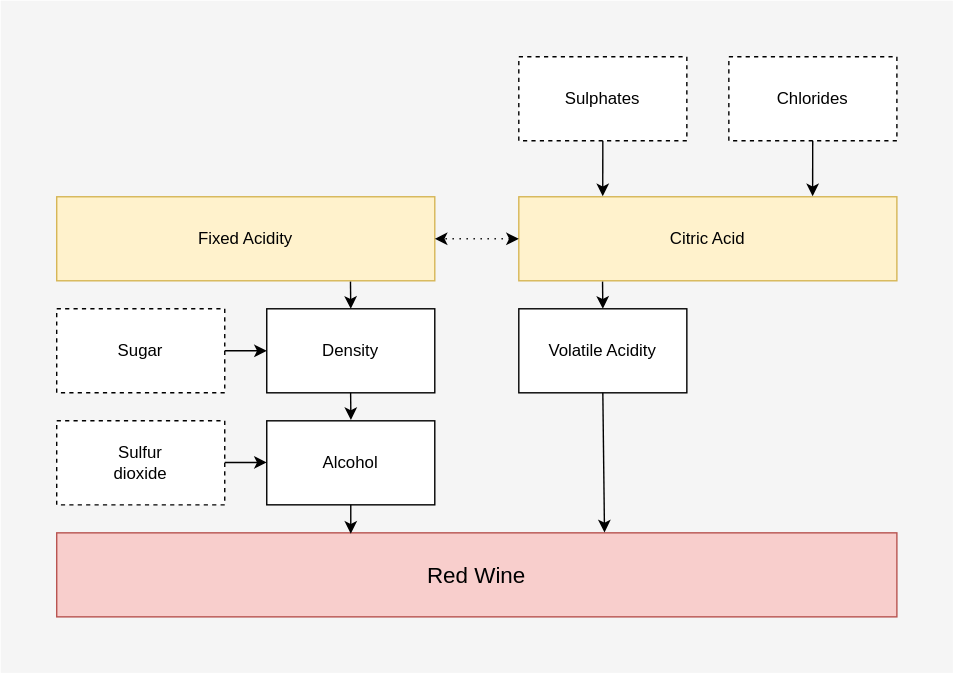
Above: wine.svg in Joffreybvn/wine-quality-analysis (draw.io), before the change. Source tidied: cells renumbered, new cells last; positions are measured from the earlier drawing's top-left corner, leaving out a move shared by most shapes. Its diagram source:
```xml
<mxGraphModel>
  <root>
    <mxCell id="0" />
    <mxCell id="1" parent="0" />
    <mxCell id="2" style="rounded=0;whiteSpace=wrap;html=1;fillColor=#f5f5f5;fontColor=#333333;strokeColor=none;" parent="1" vertex="1">
      <mxGeometry width="680" height="480" as="geometry" />
    </mxCell>
    <mxCell id="3" style="rounded=0;whiteSpace=wrap;html=1;fillColor=#f8cecc;strokeColor=#b85450;" parent="1" vertex="1">
      <mxGeometry x="40" y="380" width="600" height="60" as="geometry" />
    </mxCell>
    <mxCell id="4" value="&lt;font style=&quot;font-size: 16px&quot;&gt;Red Wine&lt;/font&gt;" style="text;html=1;strokeColor=none;fillColor=none;align=center;verticalAlign=middle;whiteSpace=wrap;rounded=0;" parent="1" vertex="1">
      <mxGeometry x="40" y="400" width="600" height="20" as="geometry" />
    </mxCell>
    <mxCell id="5" style="rounded=0;whiteSpace=wrap;html=1;dashed=1;" parent="1" vertex="1">
      <mxGeometry x="520" y="40" width="120" height="60" as="geometry" />
    </mxCell>
    <mxCell id="6" value="Chlorides" style="text;html=1;strokeColor=none;fillColor=none;align=center;verticalAlign=middle;whiteSpace=wrap;rounded=0;" parent="1" vertex="1">
      <mxGeometry x="560" y="60" width="40" height="20" as="geometry" />
    </mxCell>
    <mxCell id="7" style="rounded=0;whiteSpace=wrap;html=1;dashed=1;" parent="1" vertex="1">
      <mxGeometry x="370" y="40" width="120" height="60" as="geometry" />
    </mxCell>
    <mxCell id="8" value="Sulphates" style="text;html=1;strokeColor=none;fillColor=none;align=center;verticalAlign=middle;whiteSpace=wrap;rounded=0;" parent="1" vertex="1">
      <mxGeometry x="410" y="60" width="40" height="20" as="geometry" />
    </mxCell>
    <mxCell id="9" style="rounded=0;whiteSpace=wrap;html=1;dashed=1;" parent="1" vertex="1">
      <mxGeometry x="40" y="300" width="120" height="60" as="geometry" />
    </mxCell>
    <mxCell id="10" value="Sulfur dioxide" style="text;html=1;strokeColor=none;fillColor=none;align=center;verticalAlign=middle;whiteSpace=wrap;rounded=0;" parent="1" vertex="1">
      <mxGeometry x="80" y="320" width="40" height="20" as="geometry" />
    </mxCell>
    <mxCell id="11" style="rounded=0;whiteSpace=wrap;html=1;dashed=1;" parent="1" vertex="1">
      <mxGeometry x="40" y="220" width="120" height="60" as="geometry" />
    </mxCell>
    <mxCell id="12" value="Sugar" style="text;html=1;strokeColor=none;fillColor=none;align=center;verticalAlign=middle;whiteSpace=wrap;rounded=0;" parent="1" vertex="1">
      <mxGeometry x="80" y="240" width="40" height="20" as="geometry" />
    </mxCell>
    <mxCell id="13" style="rounded=0;whiteSpace=wrap;html=1;fillColor=#fff2cc;strokeColor=#d6b656;" parent="1" vertex="1">
      <mxGeometry x="370" y="140" width="270" height="60" as="geometry" />
    </mxCell>
    <mxCell id="14" style="rounded=0;whiteSpace=wrap;html=1;fillColor=#fff2cc;strokeColor=#d6b656;" parent="1" vertex="1">
      <mxGeometry x="40" y="140" width="270" height="60" as="geometry" />
    </mxCell>
    <mxCell id="15" style="endArrow=classic;html=1;exitX=0.5;exitY=1;exitDx=0;exitDy=0;entryX=0.222;entryY=-0.007;entryDx=0;entryDy=0;entryPerimeter=0;" parent="1" edge="1" source="7" target="13">
      <mxGeometry relative="1" as="geometry" />
    </mxCell>
    <mxCell id="16" style="endArrow=classic;html=1;exitX=0.5;exitY=1;exitDx=0;exitDy=0;entryX=0.222;entryY=-0.007;entryDx=0;entryDy=0;entryPerimeter=0;" parent="1" edge="1">
      <mxGeometry relative="1" as="geometry">
        <mxPoint x="579.9" y="100" as="sourcePoint" />
        <mxPoint x="579.8" y="139.6" as="targetPoint" />
      </mxGeometry>
    </mxCell>
    <mxCell id="17" value="Citric Acid" style="text;html=1;strokeColor=none;fillColor=none;align=center;verticalAlign=middle;whiteSpace=wrap;rounded=0;" parent="1" vertex="1">
      <mxGeometry x="370" y="160" width="270" height="20" as="geometry" />
    </mxCell>
    <mxCell id="18" value="Fixed Acidity" style="text;html=1;strokeColor=none;fillColor=none;align=center;verticalAlign=middle;whiteSpace=wrap;rounded=0;" parent="1" vertex="1">
      <mxGeometry x="40" y="160" width="270" height="20" as="geometry" />
    </mxCell>
    <mxCell id="19" style="rounded=0;whiteSpace=wrap;html=1;" parent="1" vertex="1">
      <mxGeometry x="190" y="220" width="120" height="60" as="geometry" />
    </mxCell>
    <mxCell id="20" style="rounded=0;whiteSpace=wrap;html=1;" parent="1" vertex="1">
      <mxGeometry x="190" y="300" width="120" height="60" as="geometry" />
    </mxCell>
    <mxCell id="21" style="rounded=0;whiteSpace=wrap;html=1;" parent="1" vertex="1">
      <mxGeometry x="370" y="220" width="120" height="60" as="geometry" />
    </mxCell>
    <mxCell id="22" style="endArrow=classic;html=1;exitX=0.777;exitY=1.01;exitDx=0;exitDy=0;entryX=0.5;entryY=0;entryDx=0;entryDy=0;exitPerimeter=0;" parent="1" edge="1" source="14" target="19">
      <mxGeometry relative="1" as="geometry" />
    </mxCell>
    <mxCell id="23" style="endArrow=classic;html=1;exitX=0.777;exitY=1.01;exitDx=0;exitDy=0;entryX=0.5;entryY=0;entryDx=0;entryDy=0;exitPerimeter=0;" parent="1" edge="1">
      <mxGeometry relative="1" as="geometry">
        <mxPoint x="249.9" y="280" as="sourcePoint" />
        <mxPoint x="250.1" y="299.4" as="targetPoint" />
      </mxGeometry>
    </mxCell>
    <mxCell id="24" style="endArrow=classic;html=1;exitX=0.777;exitY=1.01;exitDx=0;exitDy=0;entryX=0.5;entryY=0;entryDx=0;entryDy=0;exitPerimeter=0;" parent="1" edge="1">
      <mxGeometry relative="1" as="geometry">
        <mxPoint x="429.8" y="200.6" as="sourcePoint" />
        <mxPoint x="430" y="220" as="targetPoint" />
      </mxGeometry>
    </mxCell>
    <mxCell id="25" style="endArrow=classic;html=1;exitX=1;exitY=0.5;exitDx=0;exitDy=0;entryX=0;entryY=0.5;entryDx=0;entryDy=0;" parent="1" edge="1" source="11" target="19">
      <mxGeometry relative="1" as="geometry" />
    </mxCell>
    <mxCell id="26" style="endArrow=classic;html=1;exitX=1;exitY=0.5;exitDx=0;exitDy=0;entryX=0;entryY=0.5;entryDx=0;entryDy=0;" parent="1" edge="1">
      <mxGeometry relative="1" as="geometry">
        <mxPoint x="160" y="329.8" as="sourcePoint" />
        <mxPoint x="190" y="329.8" as="targetPoint" />
      </mxGeometry>
    </mxCell>
    <mxCell id="27" style="endArrow=classic;html=1;exitX=0.5;exitY=1;exitDx=0;exitDy=0;entryX=0.652;entryY=-0.005;entryDx=0;entryDy=0;entryPerimeter=0;" parent="1" edge="1" source="21" target="3">
      <mxGeometry relative="1" as="geometry" />
    </mxCell>
    <mxCell id="28" value="Density" style="text;html=1;strokeColor=none;fillColor=none;align=center;verticalAlign=middle;whiteSpace=wrap;rounded=0;" parent="1" vertex="1">
      <mxGeometry x="230" y="240" width="40" height="20" as="geometry" />
    </mxCell>
    <mxCell id="29" value="Alcohol" style="text;html=1;strokeColor=none;fillColor=none;align=center;verticalAlign=middle;whiteSpace=wrap;rounded=0;" parent="1" vertex="1">
      <mxGeometry x="230" y="320" width="40" height="20" as="geometry" />
    </mxCell>
    <mxCell id="30" value="Volatile Acidity" style="text;html=1;strokeColor=none;fillColor=none;align=center;verticalAlign=middle;whiteSpace=wrap;rounded=0;" parent="1" vertex="1">
      <mxGeometry x="370" y="240" width="120" height="20" as="geometry" />
    </mxCell>
    <mxCell id="31" style="endArrow=classic;html=1;exitX=0.5;exitY=1;exitDx=0;exitDy=0;entryX=0.35;entryY=0.01;entryDx=0;entryDy=0;entryPerimeter=0;" parent="1" edge="1" source="20" target="3">
      <mxGeometry relative="1" as="geometry" />
    </mxCell>
    <mxCell id="32" style="endArrow=classic;startArrow=classic;html=1;exitX=0;exitY=0.5;exitDx=0;exitDy=0;entryX=1;entryY=0.5;entryDx=0;entryDy=0;dashed=1;dashPattern=1 4;" parent="1" edge="1" source="17" target="18">
      <mxGeometry relative="1" as="geometry" />
    </mxCell>
  </root>
</mxGraphModel>
```
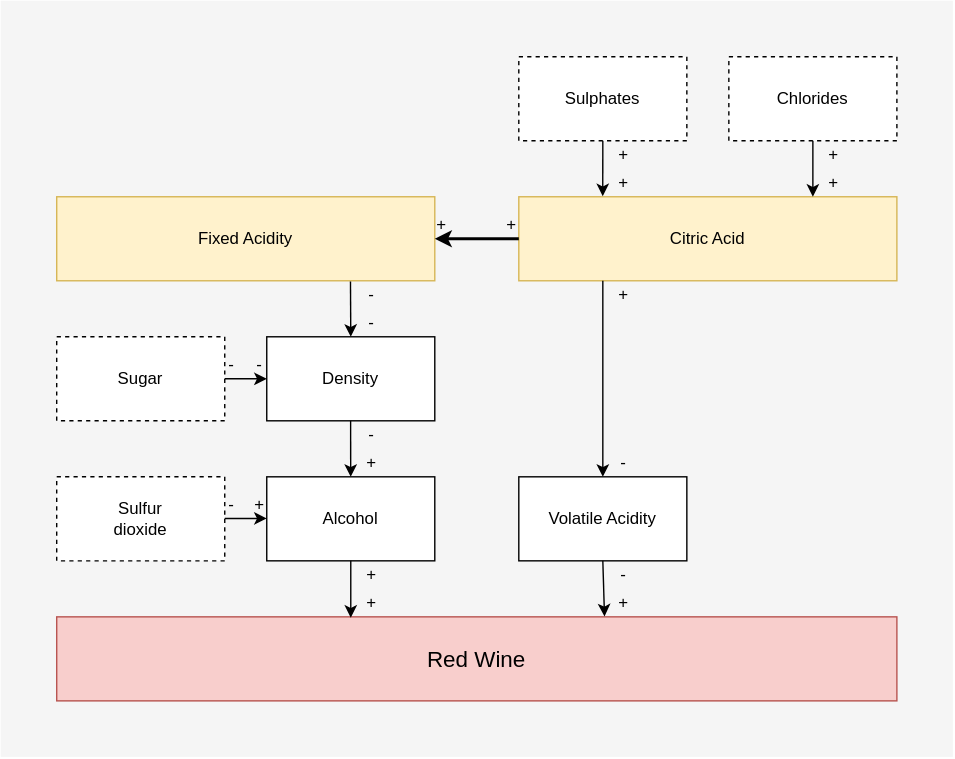
After the change.

Diff of the diagram source:
```diff
@@ -3,31 +3,31 @@
     <mxCell id="0" />
     <mxCell id="1" parent="0" />
     <mxCell id="2" style="rounded=0;whiteSpace=wrap;html=1;fillColor=#f5f5f5;fontColor=#333333;strokeColor=none;" parent="1" vertex="1">
-      <mxGeometry width="680" height="480" as="geometry" />
+      <mxGeometry y="-20" width="680" height="540" as="geometry" />
     </mxCell>
     <mxCell id="3" style="rounded=0;whiteSpace=wrap;html=1;fillColor=#f8cecc;strokeColor=#b85450;" parent="1" vertex="1">
-      <mxGeometry x="40" y="380" width="600" height="60" as="geometry" />
+      <mxGeometry x="40" y="420" width="600" height="60" as="geometry" />
     </mxCell>
     <mxCell id="4" value="&lt;font style=&quot;font-size: 16px&quot;&gt;Red Wine&lt;/font&gt;" style="text;html=1;strokeColor=none;fillColor=none;align=center;verticalAlign=middle;whiteSpace=wrap;rounded=0;" parent="1" vertex="1">
-      <mxGeometry x="40" y="400" width="600" height="20" as="geometry" />
+      <mxGeometry x="40" y="440" width="600" height="20" as="geometry" />
     </mxCell>
     <mxCell id="5" style="rounded=0;whiteSpace=wrap;html=1;dashed=1;" parent="1" vertex="1">
-      <mxGeometry x="520" y="40" width="120" height="60" as="geometry" />
+      <mxGeometry x="520" y="20" width="120" height="60" as="geometry" />
     </mxCell>
     <mxCell id="6" value="Chlorides" style="text;html=1;strokeColor=none;fillColor=none;align=center;verticalAlign=middle;whiteSpace=wrap;rounded=0;" parent="1" vertex="1">
-      <mxGeometry x="560" y="60" width="40" height="20" as="geometry" />
+      <mxGeometry x="560" y="40" width="40" height="20" as="geometry" />
     </mxCell>
     <mxCell id="7" style="rounded=0;whiteSpace=wrap;html=1;dashed=1;" parent="1" vertex="1">
-      <mxGeometry x="370" y="40" width="120" height="60" as="geometry" />
+      <mxGeometry x="370" y="20" width="120" height="60" as="geometry" />
     </mxCell>
     <mxCell id="8" value="Sulphates" style="text;html=1;strokeColor=none;fillColor=none;align=center;verticalAlign=middle;whiteSpace=wrap;rounded=0;" parent="1" vertex="1">
-      <mxGeometry x="410" y="60" width="40" height="20" as="geometry" />
+      <mxGeometry x="410" y="40" width="40" height="20" as="geometry" />
     </mxCell>
     <mxCell id="9" style="rounded=0;whiteSpace=wrap;html=1;dashed=1;" parent="1" vertex="1">
-      <mxGeometry x="40" y="300" width="120" height="60" as="geometry" />
+      <mxGeometry x="40" y="320" width="120" height="60" as="geometry" />
     </mxCell>
     <mxCell id="10" value="Sulfur dioxide" style="text;html=1;strokeColor=none;fillColor=none;align=center;verticalAlign=middle;whiteSpace=wrap;rounded=0;" parent="1" vertex="1">
-      <mxGeometry x="80" y="320" width="40" height="20" as="geometry" />
+      <mxGeometry x="80" y="340" width="40" height="20" as="geometry" />
     </mxCell>
     <mxCell id="11" style="rounded=0;whiteSpace=wrap;html=1;dashed=1;" parent="1" vertex="1">
       <mxGeometry x="40" y="220" width="120" height="60" as="geometry" />
@@ -36,48 +36,45 @@
       <mxGeometry x="80" y="240" width="40" height="20" as="geometry" />
     </mxCell>
     <mxCell id="13" style="rounded=0;whiteSpace=wrap;html=1;fillColor=#fff2cc;strokeColor=#d6b656;" parent="1" vertex="1">
-      <mxGeometry x="370" y="140" width="270" height="60" as="geometry" />
+      <mxGeometry x="370" y="120" width="270" height="60" as="geometry" />
     </mxCell>
     <mxCell id="14" style="rounded=0;whiteSpace=wrap;html=1;fillColor=#fff2cc;strokeColor=#d6b656;" parent="1" vertex="1">
-      <mxGeometry x="40" y="140" width="270" height="60" as="geometry" />
+      <mxGeometry x="40" y="120" width="270" height="60" as="geometry" />
     </mxCell>
     <mxCell id="15" style="endArrow=classic;html=1;exitX=0.5;exitY=1;exitDx=0;exitDy=0;entryX=0.222;entryY=-0.007;entryDx=0;entryDy=0;entryPerimeter=0;" parent="1" edge="1" source="7" target="13">
       <mxGeometry relative="1" as="geometry" />
     </mxCell>
-    <mxCell id="16" style="endArrow=classic;html=1;exitX=0.5;exitY=1;exitDx=0;exitDy=0;entryX=0.222;entryY=-0.007;entryDx=0;entryDy=0;entryPerimeter=0;" parent="1" edge="1">
+    <mxCell id="16" style="endArrow=classic;html=1;exitX=0.5;exitY=1;exitDx=0;exitDy=0;" parent="1" edge="1" source="5">
       <mxGeometry relative="1" as="geometry">
-        <mxPoint x="579.9" y="100" as="sourcePoint" />
-        <mxPoint x="579.8" y="139.6" as="targetPoint" />
+        <mxPoint x="580" y="120" as="targetPoint" />
       </mxGeometry>
     </mxCell>
     <mxCell id="17" value="Citric Acid" style="text;html=1;strokeColor=none;fillColor=none;align=center;verticalAlign=middle;whiteSpace=wrap;rounded=0;" parent="1" vertex="1">
-      <mxGeometry x="370" y="160" width="270" height="20" as="geometry" />
+      <mxGeometry x="370" y="140" width="270" height="20" as="geometry" />
     </mxCell>
     <mxCell id="18" value="Fixed Acidity" style="text;html=1;strokeColor=none;fillColor=none;align=center;verticalAlign=middle;whiteSpace=wrap;rounded=0;" parent="1" vertex="1">
-      <mxGeometry x="40" y="160" width="270" height="20" as="geometry" />
+      <mxGeometry x="40" y="140" width="270" height="20" as="geometry" />
     </mxCell>
     <mxCell id="19" style="rounded=0;whiteSpace=wrap;html=1;" parent="1" vertex="1">
       <mxGeometry x="190" y="220" width="120" height="60" as="geometry" />
     </mxCell>
     <mxCell id="20" style="rounded=0;whiteSpace=wrap;html=1;" parent="1" vertex="1">
-      <mxGeometry x="190" y="300" width="120" height="60" as="geometry" />
+      <mxGeometry x="190" y="320" width="120" height="60" as="geometry" />
     </mxCell>
     <mxCell id="21" style="rounded=0;whiteSpace=wrap;html=1;" parent="1" vertex="1">
-      <mxGeometry x="370" y="220" width="120" height="60" as="geometry" />
+      <mxGeometry x="370" y="320" width="120" height="60" as="geometry" />
     </mxCell>
     <mxCell id="22" style="endArrow=classic;html=1;exitX=0.777;exitY=1.01;exitDx=0;exitDy=0;entryX=0.5;entryY=0;entryDx=0;entryDy=0;exitPerimeter=0;" parent="1" edge="1" source="14" target="19">
       <mxGeometry relative="1" as="geometry" />
     </mxCell>
-    <mxCell id="23" style="endArrow=classic;html=1;exitX=0.777;exitY=1.01;exitDx=0;exitDy=0;entryX=0.5;entryY=0;entryDx=0;entryDy=0;exitPerimeter=0;" parent="1" edge="1">
+    <mxCell id="23" style="endArrow=classic;html=1;exitX=0.777;exitY=1.01;exitDx=0;exitDy=0;exitPerimeter=0;" parent="1" edge="1" target="20">
       <mxGeometry relative="1" as="geometry">
         <mxPoint x="249.9" y="280" as="sourcePoint" />
-        <mxPoint x="250.1" y="299.4" as="targetPoint" />
       </mxGeometry>
     </mxCell>
-    <mxCell id="24" style="endArrow=classic;html=1;exitX=0.777;exitY=1.01;exitDx=0;exitDy=0;entryX=0.5;entryY=0;entryDx=0;entryDy=0;exitPerimeter=0;" parent="1" edge="1">
+    <mxCell id="24" style="endArrow=classic;html=1;entryX=0.5;entryY=0;entryDx=0;entryDy=0;" parent="1" edge="1" target="21">
       <mxGeometry relative="1" as="geometry">
-        <mxPoint x="429.8" y="200.6" as="sourcePoint" />
-        <mxPoint x="430" y="220" as="targetPoint" />
+        <mxPoint x="430" y="180" as="sourcePoint" />
       </mxGeometry>
     </mxCell>
     <mxCell id="25" style="endArrow=classic;html=1;exitX=1;exitY=0.5;exitDx=0;exitDy=0;entryX=0;entryY=0.5;entryDx=0;entryDy=0;" parent="1" edge="1" source="11" target="19">
@@ -85,8 +82,8 @@
     </mxCell>
     <mxCell id="26" style="endArrow=classic;html=1;exitX=1;exitY=0.5;exitDx=0;exitDy=0;entryX=0;entryY=0.5;entryDx=0;entryDy=0;" parent="1" edge="1">
       <mxGeometry relative="1" as="geometry">
-        <mxPoint x="160" y="329.8" as="sourcePoint" />
-        <mxPoint x="190" y="329.8" as="targetPoint" />
+        <mxPoint x="160" y="349.8" as="sourcePoint" />
+        <mxPoint x="190" y="349.8" as="targetPoint" />
       </mxGeometry>
     </mxCell>
     <mxCell id="27" style="endArrow=classic;html=1;exitX=0.5;exitY=1;exitDx=0;exitDy=0;entryX=0.652;entryY=-0.005;entryDx=0;entryDy=0;entryPerimeter=0;" parent="1" edge="1" source="21" target="3">
@@ -96,16 +93,76 @@
       <mxGeometry x="230" y="240" width="40" height="20" as="geometry" />
     </mxCell>
     <mxCell id="29" value="Alcohol" style="text;html=1;strokeColor=none;fillColor=none;align=center;verticalAlign=middle;whiteSpace=wrap;rounded=0;" parent="1" vertex="1">
-      <mxGeometry x="230" y="320" width="40" height="20" as="geometry" />
+      <mxGeometry x="230" y="340" width="40" height="20" as="geometry" />
     </mxCell>
     <mxCell id="30" value="Volatile Acidity" style="text;html=1;strokeColor=none;fillColor=none;align=center;verticalAlign=middle;whiteSpace=wrap;rounded=0;" parent="1" vertex="1">
-      <mxGeometry x="370" y="240" width="120" height="20" as="geometry" />
+      <mxGeometry x="370" y="340" width="120" height="20" as="geometry" />
     </mxCell>
     <mxCell id="31" style="endArrow=classic;html=1;exitX=0.5;exitY=1;exitDx=0;exitDy=0;entryX=0.35;entryY=0.01;entryDx=0;entryDy=0;entryPerimeter=0;" parent="1" edge="1" source="20" target="3">
       <mxGeometry relative="1" as="geometry" />
     </mxCell>
-    <mxCell id="32" style="endArrow=classic;startArrow=classic;html=1;exitX=0;exitY=0.5;exitDx=0;exitDy=0;entryX=1;entryY=0.5;entryDx=0;entryDy=0;dashed=1;dashPattern=1 4;" parent="1" edge="1" source="17" target="18">
+    <mxCell id="32" style="endArrow=classic;startArrow=none;html=1;exitX=0;exitY=0.5;exitDx=0;exitDy=0;entryX=1;entryY=0.5;entryDx=0;entryDy=0;strokeWidth=2;endFill=1;startFill=0;" parent="1" edge="1" source="17" target="18">
       <mxGeometry relative="1" as="geometry" />
     </mxCell>
+    <mxCell id="33" value="+" style="text;html=1;strokeColor=none;fillColor=none;align=center;verticalAlign=middle;whiteSpace=wrap;rounded=0;dashed=1;" parent="1" vertex="1">
+      <mxGeometry x="440" y="400" width="10" height="20" as="geometry" />
+    </mxCell>
+    <mxCell id="34" value="-" style="text;html=1;strokeColor=none;fillColor=none;align=center;verticalAlign=middle;whiteSpace=wrap;rounded=0;dashed=1;" parent="1" vertex="1">
+      <mxGeometry x="440" y="380" width="10" height="20" as="geometry" />
+    </mxCell>
+    <mxCell id="35" value="+" style="text;html=1;strokeColor=none;fillColor=none;align=center;verticalAlign=middle;whiteSpace=wrap;rounded=0;dashed=1;" parent="1" vertex="1">
+      <mxGeometry x="260" y="400" width="10" height="20" as="geometry" />
+    </mxCell>
+    <mxCell id="36" value="+" style="text;html=1;strokeColor=none;fillColor=none;align=center;verticalAlign=middle;whiteSpace=wrap;rounded=0;dashed=1;" parent="1" vertex="1">
+      <mxGeometry x="260" y="380" width="10" height="20" as="geometry" />
+    </mxCell>
+    <mxCell id="37" value="+" style="text;html=1;strokeColor=none;fillColor=none;align=center;verticalAlign=middle;whiteSpace=wrap;rounded=0;dashed=1;" parent="1" vertex="1">
+      <mxGeometry x="180" y="330" width="10" height="20" as="geometry" />
+    </mxCell>
+    <mxCell id="38" value="-" style="text;html=1;strokeColor=none;fillColor=none;align=center;verticalAlign=middle;whiteSpace=wrap;rounded=0;dashed=1;" parent="1" vertex="1">
+      <mxGeometry x="160" y="330" width="10" height="20" as="geometry" />
+    </mxCell>
+    <mxCell id="39" value="-" style="text;html=1;strokeColor=none;fillColor=none;align=center;verticalAlign=middle;whiteSpace=wrap;rounded=0;dashed=1;" parent="1" vertex="1">
+      <mxGeometry x="160" y="230" width="10" height="20" as="geometry" />
+    </mxCell>
+    <mxCell id="40" value="-" style="text;html=1;strokeColor=none;fillColor=none;align=center;verticalAlign=middle;whiteSpace=wrap;rounded=0;dashed=1;" parent="1" vertex="1">
+      <mxGeometry x="180" y="230" width="10" height="20" as="geometry" />
+    </mxCell>
+    <mxCell id="41" value="-" style="text;html=1;strokeColor=none;fillColor=none;align=center;verticalAlign=middle;whiteSpace=wrap;rounded=0;dashed=1;" parent="1" vertex="1">
+      <mxGeometry x="260" y="280" width="10" height="20" as="geometry" />
+    </mxCell>
+    <mxCell id="42" value="+" style="text;html=1;strokeColor=none;fillColor=none;align=center;verticalAlign=middle;whiteSpace=wrap;rounded=0;dashed=1;" parent="1" vertex="1">
+      <mxGeometry x="260" y="300" width="10" height="20" as="geometry" />
+    </mxCell>
+    <mxCell id="43" value="-" style="text;html=1;strokeColor=none;fillColor=none;align=center;verticalAlign=middle;whiteSpace=wrap;rounded=0;dashed=1;" parent="1" vertex="1">
+      <mxGeometry x="260" y="200" width="10" height="20" as="geometry" />
+    </mxCell>
+    <mxCell id="44" value="-" style="text;html=1;strokeColor=none;fillColor=none;align=center;verticalAlign=middle;whiteSpace=wrap;rounded=0;dashed=1;" parent="1" vertex="1">
+      <mxGeometry x="260" y="180" width="10" height="20" as="geometry" />
+    </mxCell>
+    <mxCell id="45" value="-" style="text;html=1;strokeColor=none;fillColor=none;align=center;verticalAlign=middle;whiteSpace=wrap;rounded=0;dashed=1;" parent="1" vertex="1">
+      <mxGeometry x="440" y="300" width="10" height="20" as="geometry" />
+    </mxCell>
+    <mxCell id="46" value="+" style="text;html=1;strokeColor=none;fillColor=none;align=center;verticalAlign=middle;whiteSpace=wrap;rounded=0;dashed=1;" parent="1" vertex="1">
+      <mxGeometry x="440" y="180" width="10" height="20" as="geometry" />
+    </mxCell>
+    <mxCell id="47" value="+" style="text;html=1;strokeColor=none;fillColor=none;align=center;verticalAlign=middle;whiteSpace=wrap;rounded=0;dashed=1;" parent="1" vertex="1">
+      <mxGeometry x="360" y="130" width="10" height="20" as="geometry" />
+    </mxCell>
+    <mxCell id="48" value="+" style="text;html=1;strokeColor=none;fillColor=none;align=center;verticalAlign=middle;whiteSpace=wrap;rounded=0;dashed=1;" parent="1" vertex="1">
+      <mxGeometry x="310" y="130" width="10" height="20" as="geometry" />
+    </mxCell>
+    <mxCell id="49" value="+" style="text;html=1;strokeColor=none;fillColor=none;align=center;verticalAlign=middle;whiteSpace=wrap;rounded=0;dashed=1;" parent="1" vertex="1">
+      <mxGeometry x="440" y="80" width="10" height="20" as="geometry" />
+    </mxCell>
+    <mxCell id="50" value="+" style="text;html=1;strokeColor=none;fillColor=none;align=center;verticalAlign=middle;whiteSpace=wrap;rounded=0;dashed=1;" parent="1" vertex="1">
+      <mxGeometry x="440" y="100" width="10" height="20" as="geometry" />
+    </mxCell>
+    <mxCell id="51" value="+" style="text;html=1;strokeColor=none;fillColor=none;align=center;verticalAlign=middle;whiteSpace=wrap;rounded=0;dashed=1;" parent="1" vertex="1">
+      <mxGeometry x="590" y="80" width="10" height="20" as="geometry" />
+    </mxCell>
+    <mxCell id="52" value="+" style="text;html=1;strokeColor=none;fillColor=none;align=center;verticalAlign=middle;whiteSpace=wrap;rounded=0;dashed=1;" parent="1" vertex="1">
+      <mxGeometry x="590" y="100" width="10" height="20" as="geometry" />
+    </mxCell>
   </root>
 </mxGraphModel>
```
